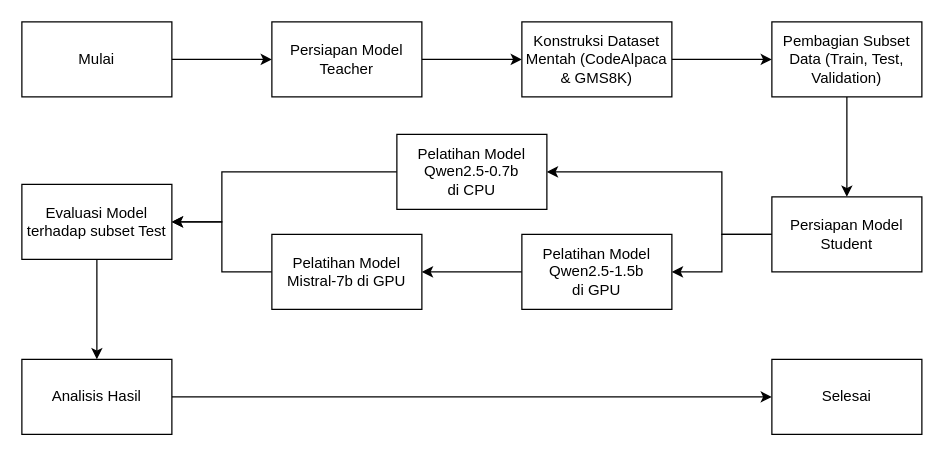
The draw.io diagram workflo.drawio in alfiwillianz/datathon-2025, before the edit. Source tidied: cells renumbered, new cells numbered last; positions are measured from the earlier drawing's top-left corner, leaving out a move shared by most shapes. Both pictures are drawn from the tidied source at 125%, with x=0, y=0 at pixel (21, 21).
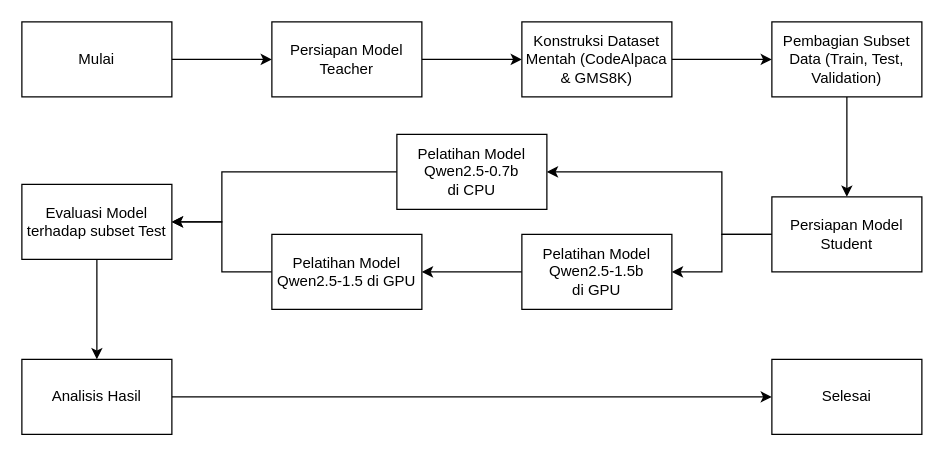
The same diagram, later.

What changed in the source:
```diff
@@
-    <mxCell id="15" value="Pelatihan Model Mistral-7b di GPU" style="rounded=0;whiteSpace=wrap;html=1;" parent="1" vertex="1">
+    <mxCell id="15" value="Pelatihan Model Qwen2.5-1.5 di GPU" style="rounded=0;whiteSpace=wrap;html=1;" parent="1" vertex="1">
       <mxGeometry x="200" y="170" width="120" height="60" as="geometry" />
     </mxCell>
```
